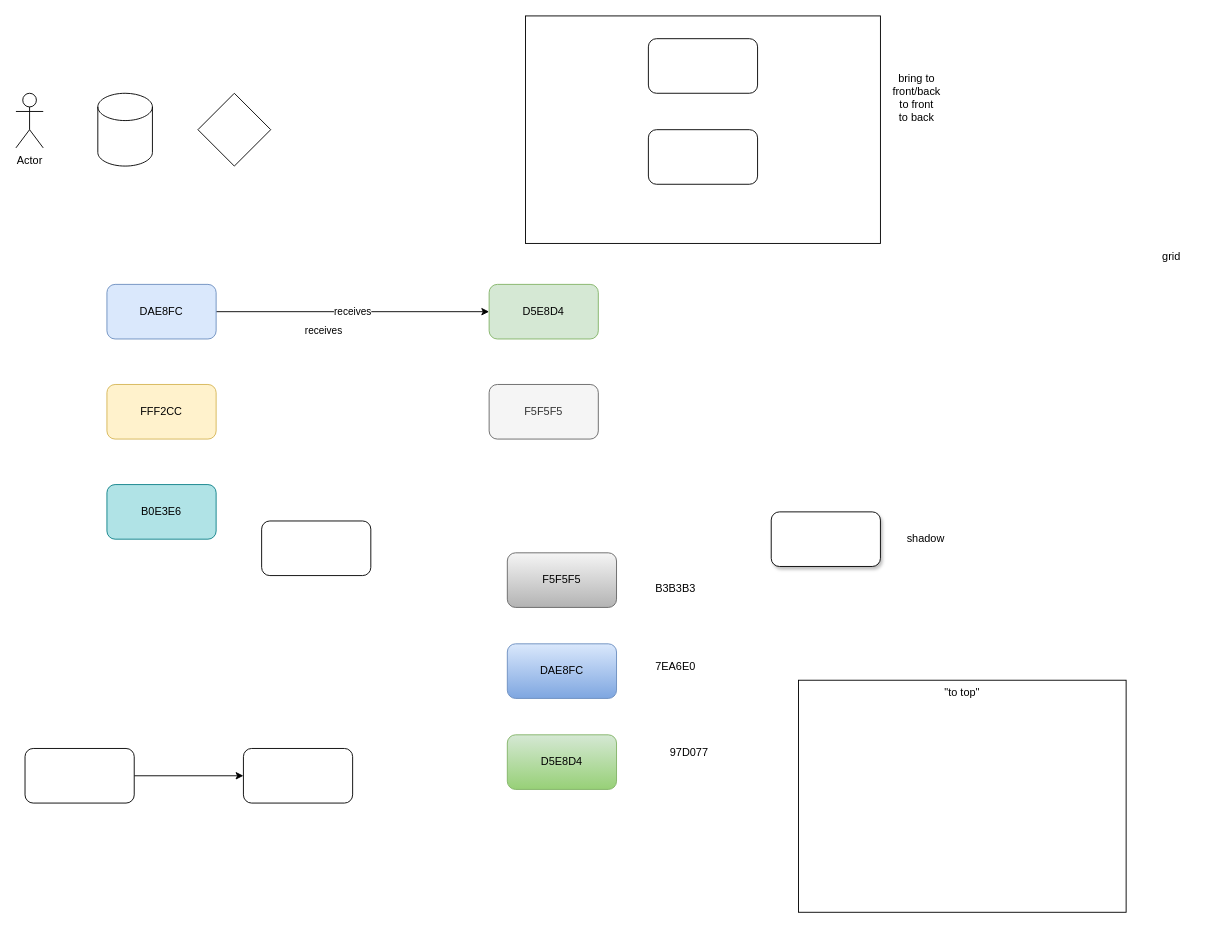
Earlier version of the draw.io diagram page "Page-1" (1 of 2) of drawing_new_features.drawio (robertoestlin/noted). Source tidied: cells renumbered, new cells numbered last; positions are measured from the earlier drawing's top-left corner, leaving out a move shared by most shapes. Both pictures are drawn from the tidied source at 91%, with x=0, y=0 at pixel (15, 15).
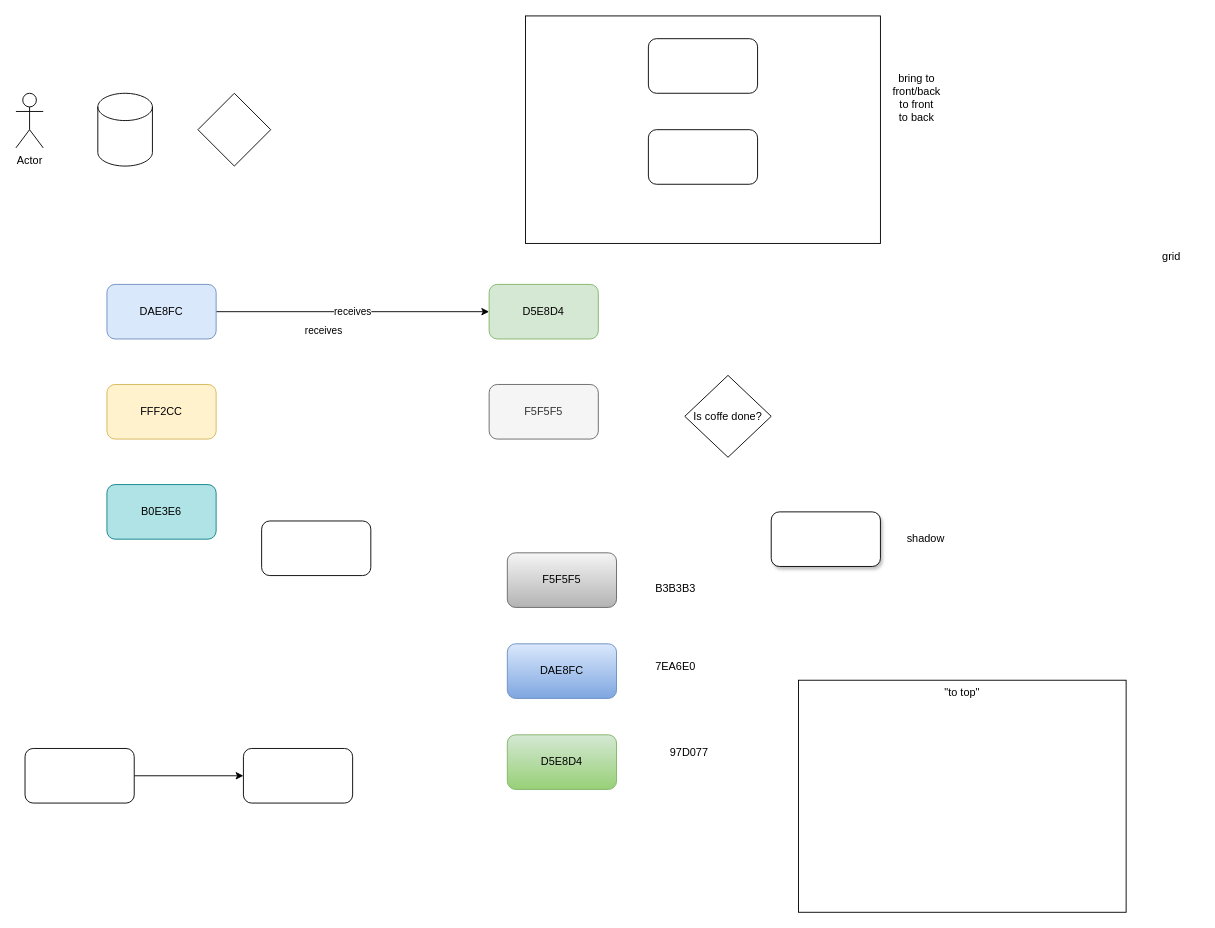
After the change.

Commit message (it also covers changes not shown here):
Add diamond shape support and update default sizes in drawing settings

What changed in the source:
```diff
@@
+    <mxCell id="30" value="Is coffe done?" style="rhombus;whiteSpace=wrap;html=1;arcSize=20;" parent="1" vertex="1">
+      <mxGeometry x="735" y="395" width="95" height="90" as="geometry" />
+    </mxCell>
```
